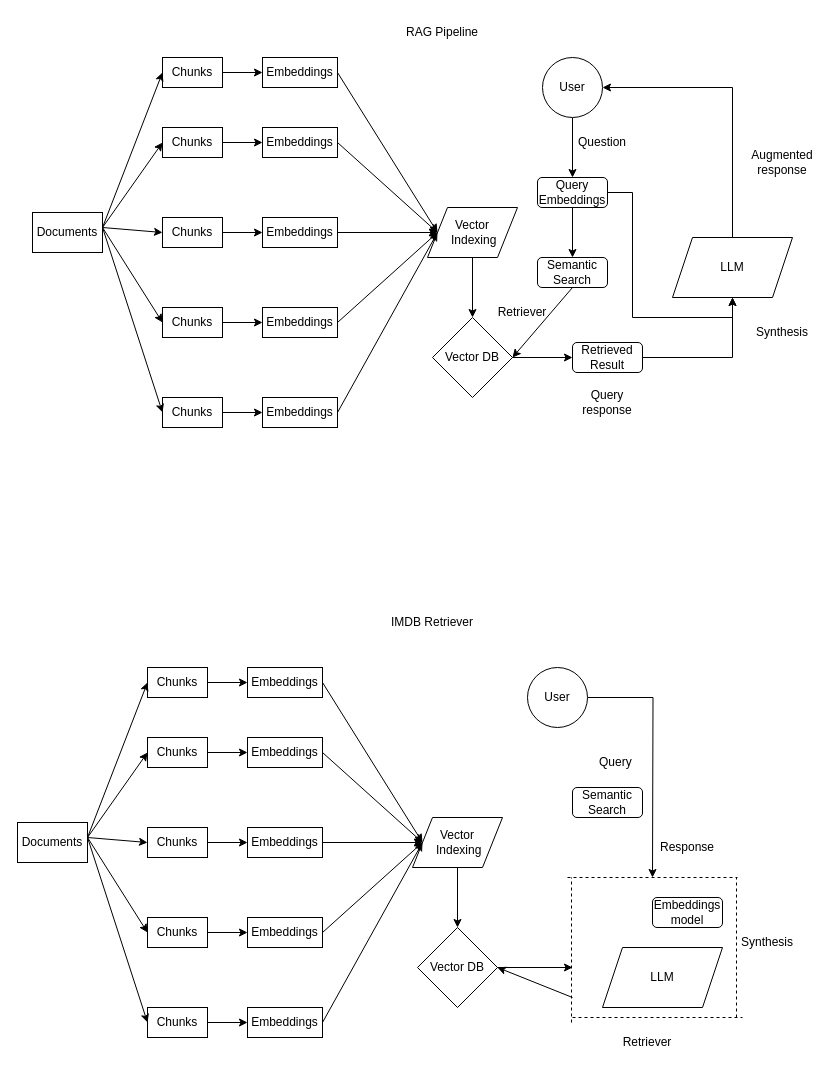
saisubhasish/imdb_rag keeps this draw.io diagram as flow diagram/Untitled Diagram.drawio. Above is the earlier version. Source tidied: cells renumbered, new cells numbered last; positions are measured from the earlier drawing's top-left corner, leaving out a move shared by most shapes. Both pictures are drawn from the tidied source at 100%, with x=0, y=0 at pixel (17, 17).
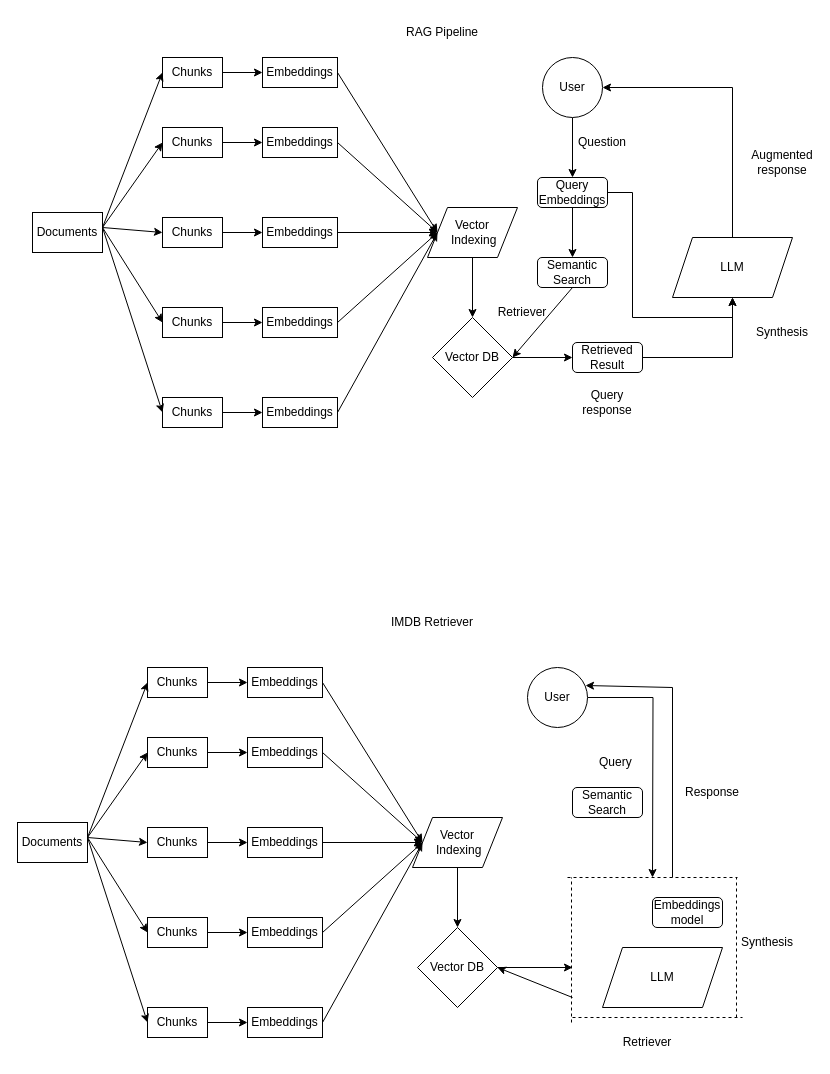
After the change.

The change refers to these unchanged cells:
```xml
<mxCell id="53" value="User" style="ellipse;whiteSpace=wrap;html=1;" parent="1" vertex="1">
  <mxGeometry x="510" y="650" width="60" height="60" as="geometry" />
</mxCell>
```

The edit, as a diff of the source:
```diff
@@
     <mxCell id="58" value="Response" style="text;html=1;align=center;verticalAlign=middle;whiteSpace=wrap;rounded=0;" parent="1" vertex="1">
-      <mxGeometry x="640" y="815" width="60" height="30" as="geometry" />
+      <mxGeometry x="665" y="760" width="60" height="30" as="geometry" />
     </mxCell>
@@
+    <mxCell id="94" style="endArrow=classic;html=1;rounded=0;entryX=0.967;entryY=0.3;entryDx=0;entryDy=0;entryPerimeter=0;" parent="1" edge="1" target="53">
+      <mxGeometry relative="1" as="geometry">
+        <mxPoint x="655" y="860" as="sourcePoint" />
+        <Array as="points">
+          <mxPoint x="655" y="670" />
+        </Array>
+      </mxGeometry>
+    </mxCell>
```
